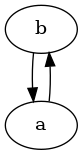
Before: lib/graphs/wm_graph.png, a diagram exported from Graphviz (idaks/Games-and-Argumentation). Its source is kept beside it as lib/graphs/wm_graph.dot.
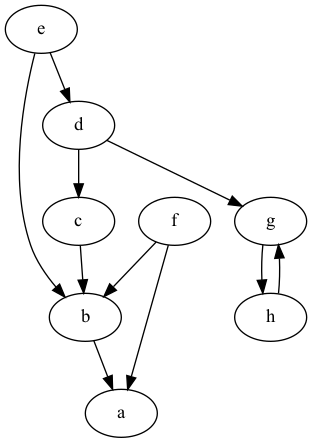
The same diagram one commit later.

What changed in the source:
```diff
@@ -1,4 +1,12 @@
 digraph G {
     "b" -> "a"[dir=forward];
-    "a" -> "b"[dir=forward];
+    "f" -> "a"[dir=forward];
+    "f" -> "b"[dir=forward];
+    "c" -> "b"[dir=forward];
+    "e" -> "b"[dir=forward];
+    "d" -> "c"[dir=forward];
+    "e" -> "d"[dir=forward];
+    "d" -> "g"[dir=forward];
+    "g" -> "h"[dir=forward];
+    "h" -> "g"[dir=forward];
 }
```
